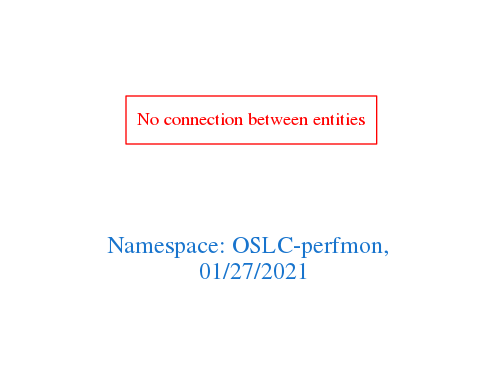
Above: downloads/OSLC-perfmon.png in arago/OGIT (Graphviz), before the change. Its source is kept beside it as downloads/OSLC-perfmon.dot.
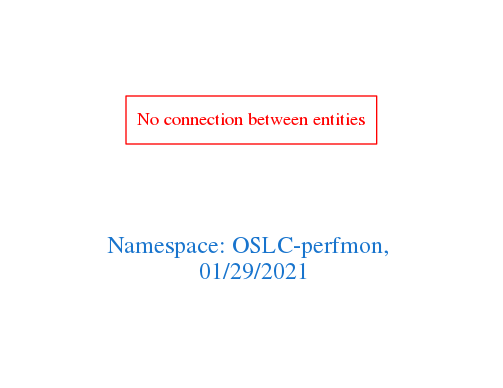
The same file after the commit.

What changed in the source:
```diff
@@ -1,7 +1,7 @@
 digraph OGIT_ontology {
  graph [ rankdir= LR,pad=1
 fontsize = 18,
-fontcolor= dodgerblue3,label = "\n\n\nNamespace: OSLC-perfmon, \n 01/27/2021"];
+fontcolor= dodgerblue3,label = "\n\n\nNamespace: OSLC-perfmon, \n 01/29/2021"];
 node[shape=polygon];
 edge [  color="gray81"];
 
```
